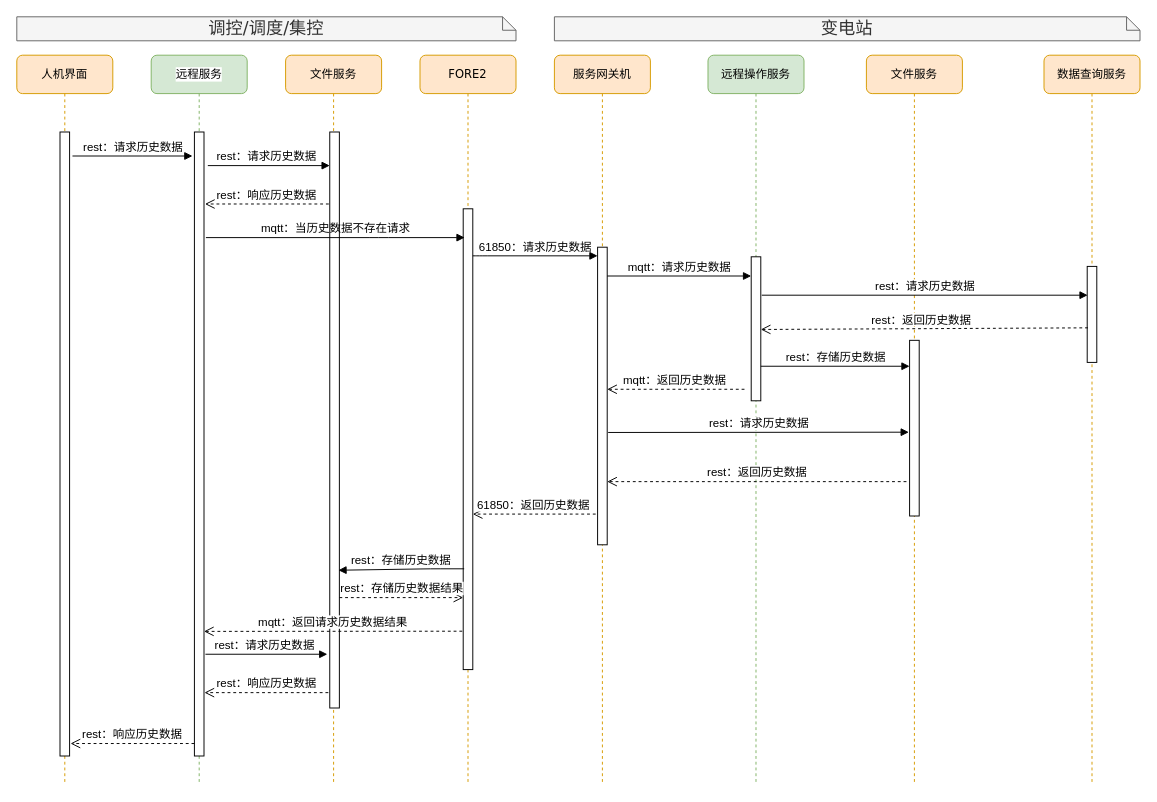
Above: page "历史数据调阅" (1 of 4) of 远程服务.drawio in qwe995272801/taowenxiang (draw.io), before the change. Source tidied: cells renumbered, new cells numbered last; positions are measured from the earlier drawing's top-left corner, leaving out a move shared by most shapes. Both pictures are drawn from the tidied source at 96%, with x=0, y=0 at pixel (16, 16).
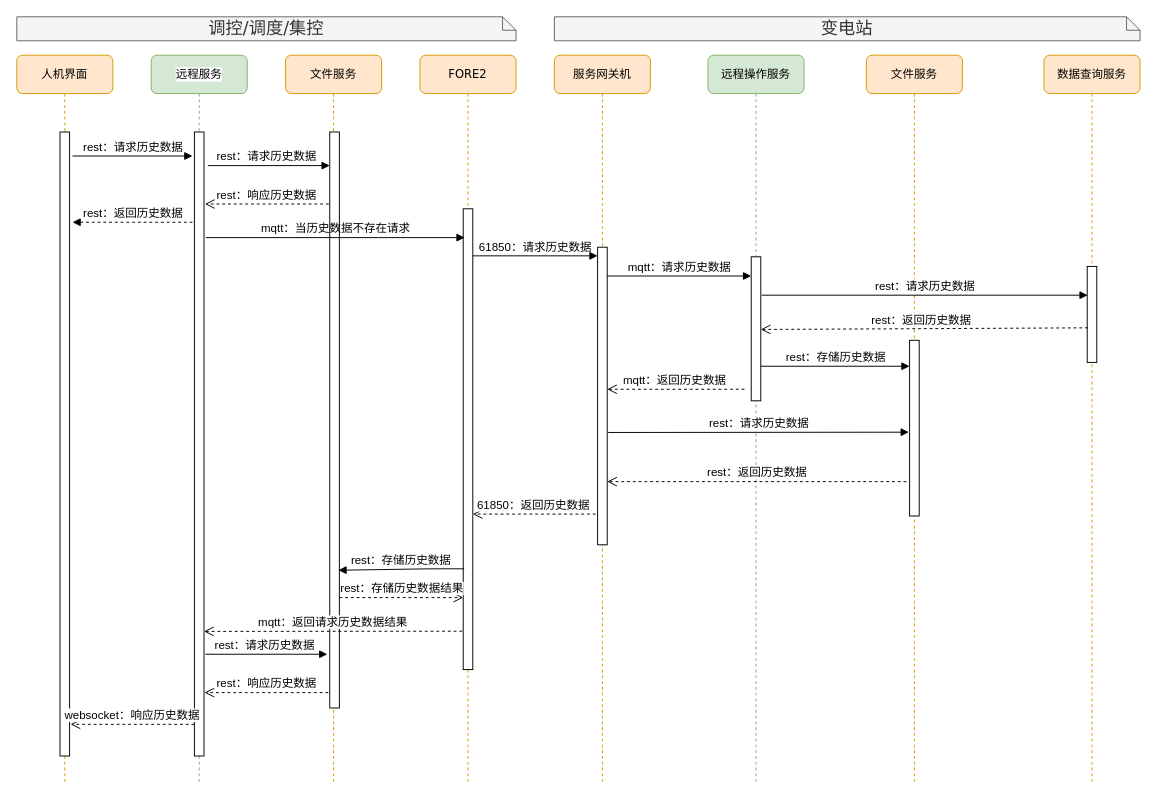
After the change.

The change refers to these unchanged cells:
```xml
<mxCell id="3" style="html=1;points=[];perimeter=orthogonalPerimeter;rounded=0;shadow=0;comic=0;labelBackgroundColor=none;strokeWidth=1;fontFamily=Helvetica;fontSize=12;align=center;" parent="2" vertex="1">
  <mxGeometry x="45" y="80" width="10" height="650" as="geometry" />
</mxCell>
<mxCell id="12" style="html=1;points=[];perimeter=orthogonalPerimeter;rounded=0;shadow=0;comic=0;labelBackgroundColor=none;strokeWidth=1;fontFamily=Helvetica;fontSize=12;align=center;" parent="11" vertex="1">
  <mxGeometry x="45" y="80" width="10" height="650" as="geometry" />
</mxCell>
```

Change to the diagram source:
```diff
@@
-    <mxCell id="26" value="rest：响应历史数据" style="html=1;verticalAlign=bottom;endArrow=open;dashed=1;endSize=8;fontFamily=Helvetica;entryX=1.1;entryY=0.98;entryDx=0;entryDy=0;entryPerimeter=0;fontSize=12;" parent="1" edge="1" source="3" target="12">
-      <mxGeometry relative="1" as="geometry" />
+    <mxCell id="26" value="websocket：响应历史数据" style="html=1;verticalAlign=bottom;endArrow=open;dashed=1;endSize=8;fontFamily=Helvetica;entryX=1.1;entryY=0.98;entryDx=0;entryDy=0;entryPerimeter=0;fontSize=12;" parent="1" edge="1">
+      <mxGeometry relative="1" as="geometry">
+        <mxPoint x="185" y="737" as="sourcePoint" />
+        <mxPoint x="56" y="737" as="targetPoint" />
+      </mxGeometry>
     </mxCell>
@@
+    <mxCell id="39" value="rest：返回历史数据" style="html=1;verticalAlign=bottom;endArrow=none;entryX=0;entryY=0;labelBackgroundColor=none;fontFamily=Helvetica;fontSize=12;edgeStyle=elbowEdgeStyle;elbow=vertical;startArrow=block;startFill=1;endFill=0;dashed=1;" parent="1" edge="1">
+      <mxGeometry relative="1" as="geometry">
+        <mxPoint x="58" y="214" as="sourcePoint" />
+        <mxPoint x="183" y="214" as="targetPoint" />
+      </mxGeometry>
+    </mxCell>
```
